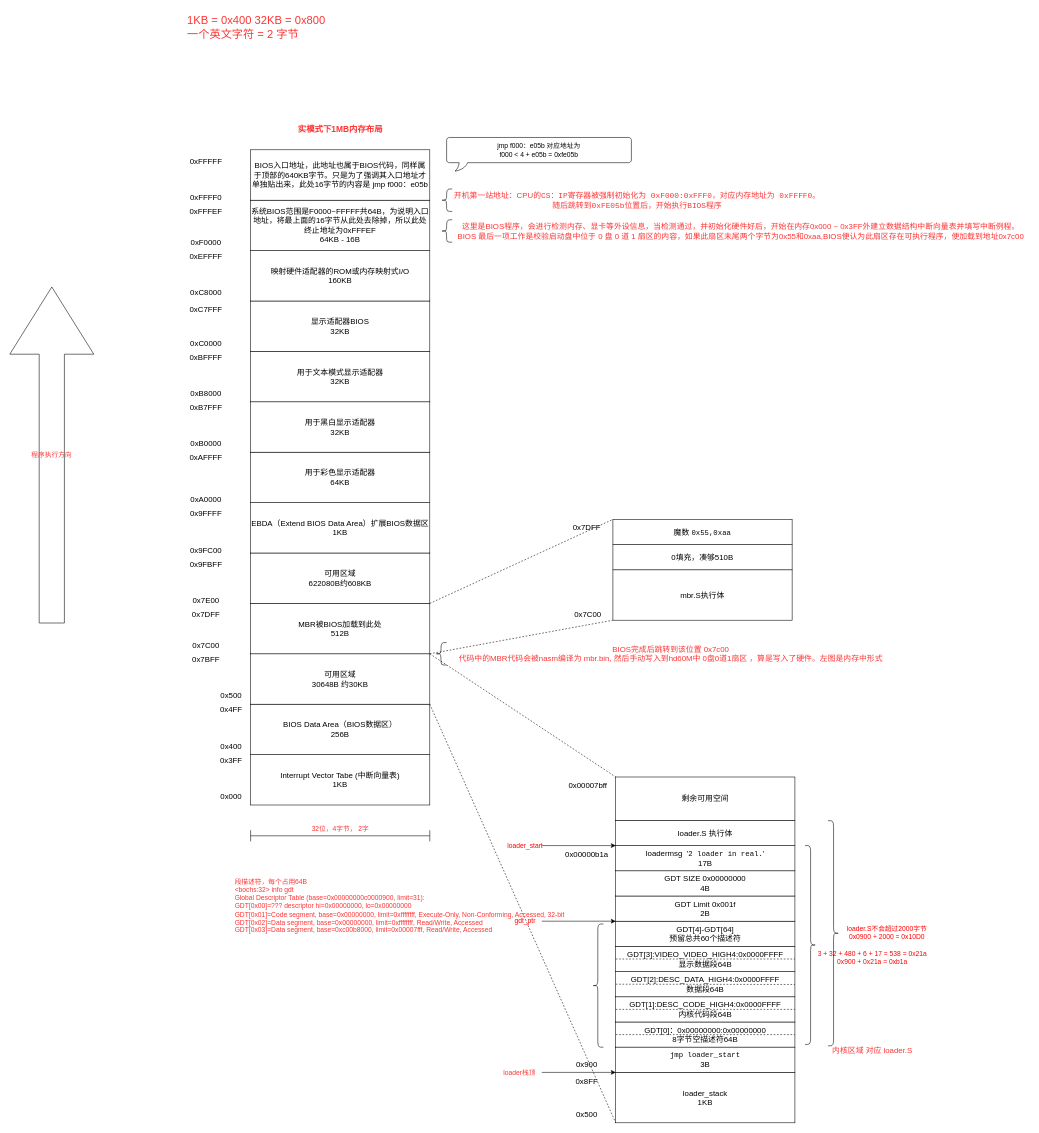
Oaks907/elephant-study keeps this draw.io diagram as c4/a/内存布局.drawio. Above is the earlier version. Source tidied: cells renumbered, new cells numbered last; positions are measured from the earlier drawing's top-left corner, leaving out a move shared by most shapes. Both pictures are drawn from the tidied source at 56%, with x=0, y=0 at pixel (10, 10).
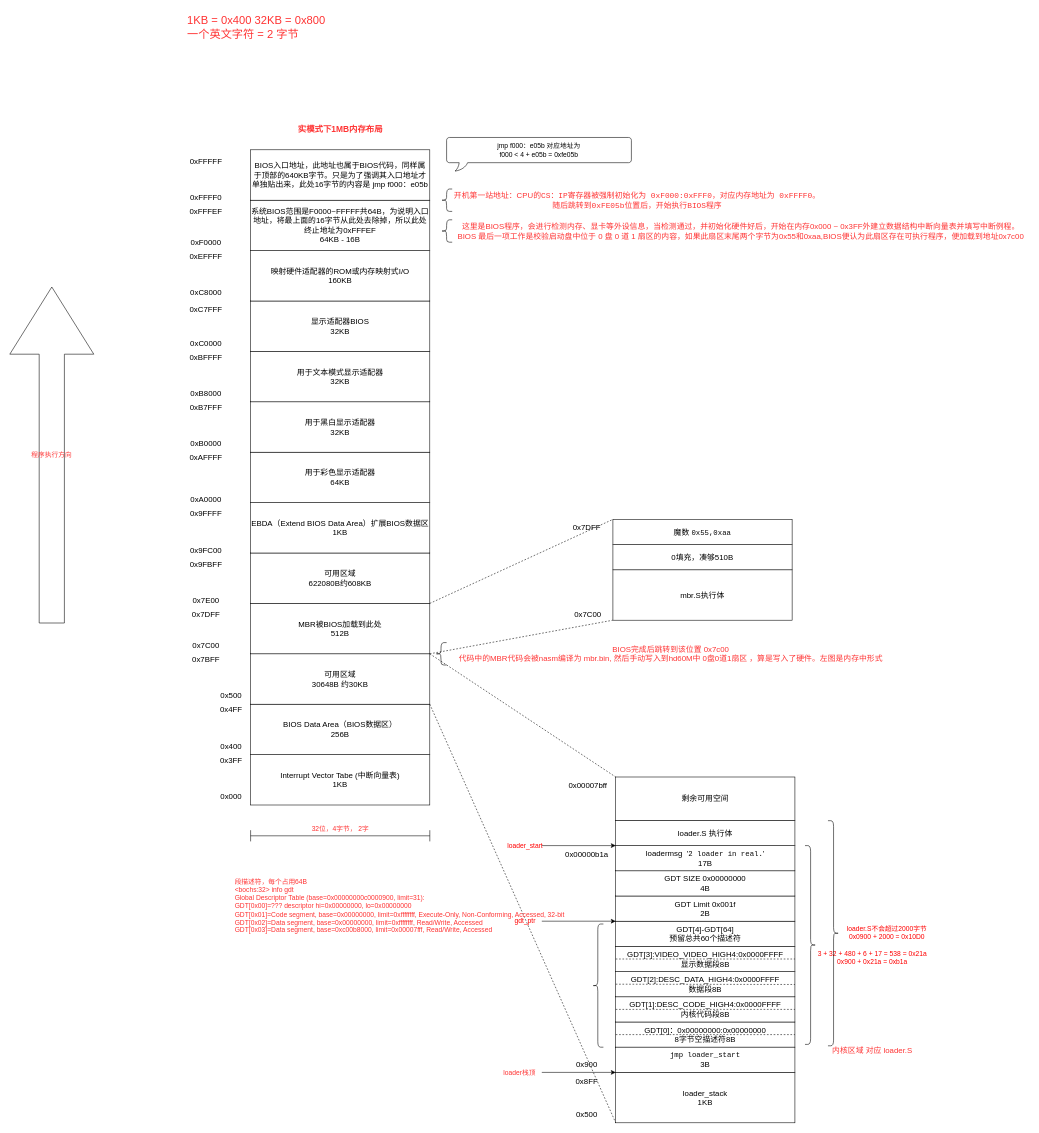
The same diagram, later.

Commit message (it also covers changes not shown here):
完成 c5 a内存布局绘图

Change to the diagram source:
```diff
@@
-    <mxCell id="54" value="GDT[0]：0x00000000:0x00000000&lt;br&gt;8字节空描述符64B" style="rounded=0;whiteSpace=wrap;html=1;fontSize=14;" parent="1" vertex="1">
+    <mxCell id="54" value="GDT[0]：0x00000000:0x00000000&lt;br&gt;8字节空描述符8B" style="rounded=0;whiteSpace=wrap;html=1;fontSize=14;" parent="1" vertex="1">
       <mxGeometry x="1082" y="1807.5" width="320" height="45" as="geometry" />
     </mxCell>
@@
-    <mxCell id="62" value="GDT[1]:DESC_CODE_HIGH4:0x0000FFFF&lt;br&gt;内核代码段64B" style="rounded=0;whiteSpace=wrap;html=1;fontSize=14;" parent="1" vertex="1">
+    <mxCell id="62" value="GDT[1]:DESC_CODE_HIGH4:0x0000FFFF&lt;br&gt;内核代码段8B" style="rounded=0;whiteSpace=wrap;html=1;fontSize=14;" parent="1" vertex="1">
       <mxGeometry x="1082" y="1762.5" width="320" height="45" as="geometry" />
     </mxCell>
-    <mxCell id="63" value="GDT[2]:DESC_DATA_HIGH4:0x0000FFFF&lt;br&gt;数据段64B" style="rounded=0;whiteSpace=wrap;html=1;fontSize=14;" parent="1" vertex="1">
+    <mxCell id="63" value="GDT[2]:DESC_DATA_HIGH4:0x0000FFFF&lt;br&gt;数据段8B" style="rounded=0;whiteSpace=wrap;html=1;fontSize=14;" parent="1" vertex="1">
       <mxGeometry x="1082" y="1717.5" width="320" height="45" as="geometry" />
     </mxCell>
-    <mxCell id="64" value="GDT[3]:VIDEO_VIDEO_HIGH4:0x0000FFFF&lt;br&gt;显示数据段64B" style="rounded=0;whiteSpace=wrap;html=1;fontSize=14;" parent="1" vertex="1">
+    <mxCell id="64" value="GDT[3]:VIDEO_VIDEO_HIGH4:0x0000FFFF&lt;br&gt;显示数据段8B" style="rounded=0;whiteSpace=wrap;html=1;fontSize=14;" parent="1" vertex="1">
       <mxGeometry x="1082" y="1672.5" width="320" height="45" as="geometry" />
     </mxCell>
```
